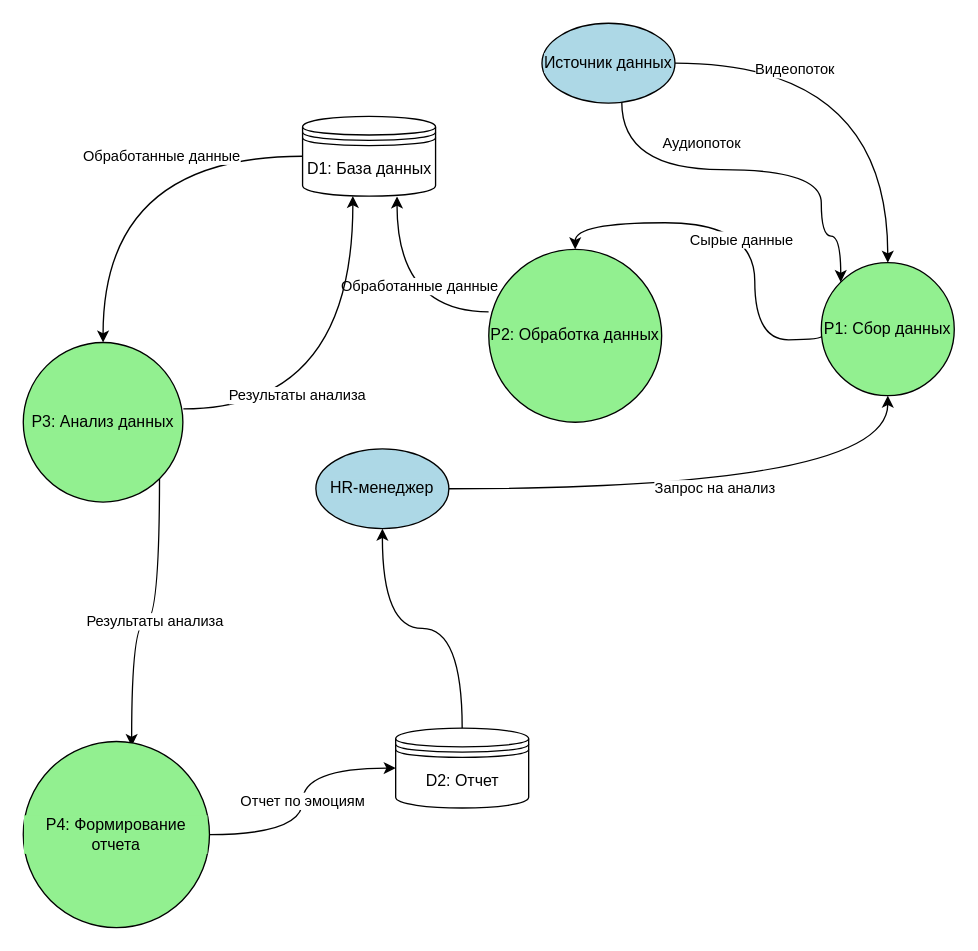
Hetsunya/diplom keeps this draw.io diagram as вкр/DFD/DFD.drawio. Above is the earlier version. Source tidied: cells renumbered, new cells numbered last; positions are measured from the earlier drawing's top-left corner, leaving out a move shared by most shapes. Both pictures are drawn from the tidied source at 133%, with x=0, y=0 at pixel (23, 23).
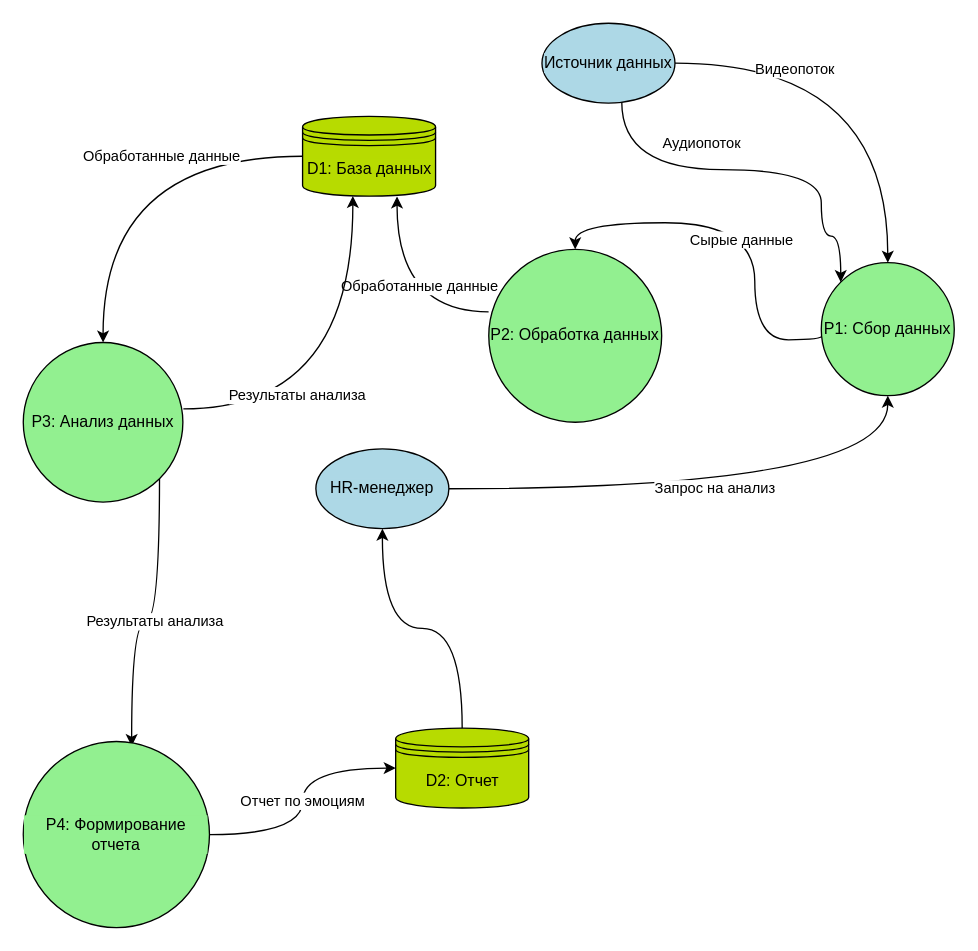
After the change.

Diff of the diagram source:
```diff
@@
-    <mxCell id="2" value="D1: База данных" style="shape=datastore;html=1;" parent="1" vertex="1">
+    <mxCell id="2" value="D1: База данных" style="shape=datastore;html=1;labelBackgroundColor=light-dark(#b7db00, #ededed);fillColor=light-dark(#b7db00, #ededed);" parent="1" vertex="1">
       <mxGeometry x="210" y="70" width="100" height="60" as="geometry" />
     </mxCell>
-    <mxCell id="3" value="D2: Отчет" style="shape=datastore;html=1;" parent="1" vertex="1">
+    <mxCell id="3" value="D2: Отчет" style="shape=datastore;html=1;fillColor=light-dark(#b7db00, #ededed);labelBackgroundColor=light-dark(#b7db00, #ededed);" parent="1" vertex="1">
       <mxGeometry x="280" y="530" width="100" height="60" as="geometry" />
     </mxCell>
```
